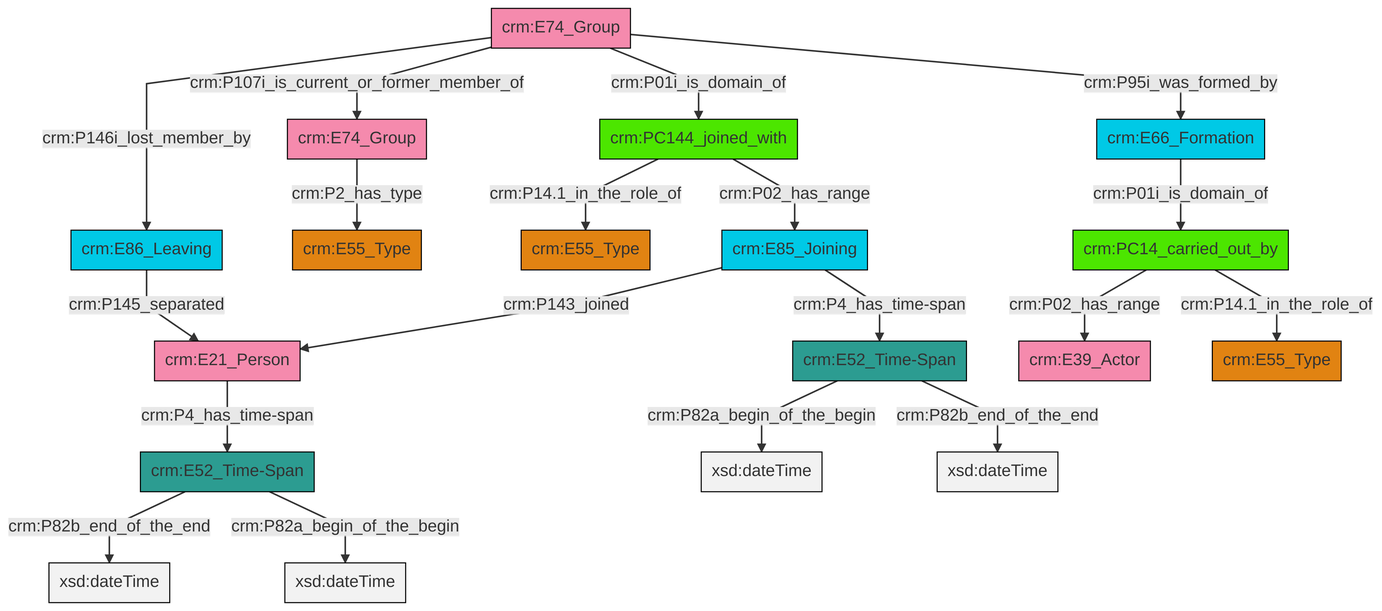
Above: et/groupCSV/ttl/mmd/png/group_actor_relations.png in swiss-art-research-net/docs.swissartresearch (Mermaid), before the change. Its source is kept beside it as et/groupCSV/ttl/mmd/group_actor_relations.ttl.mmd.
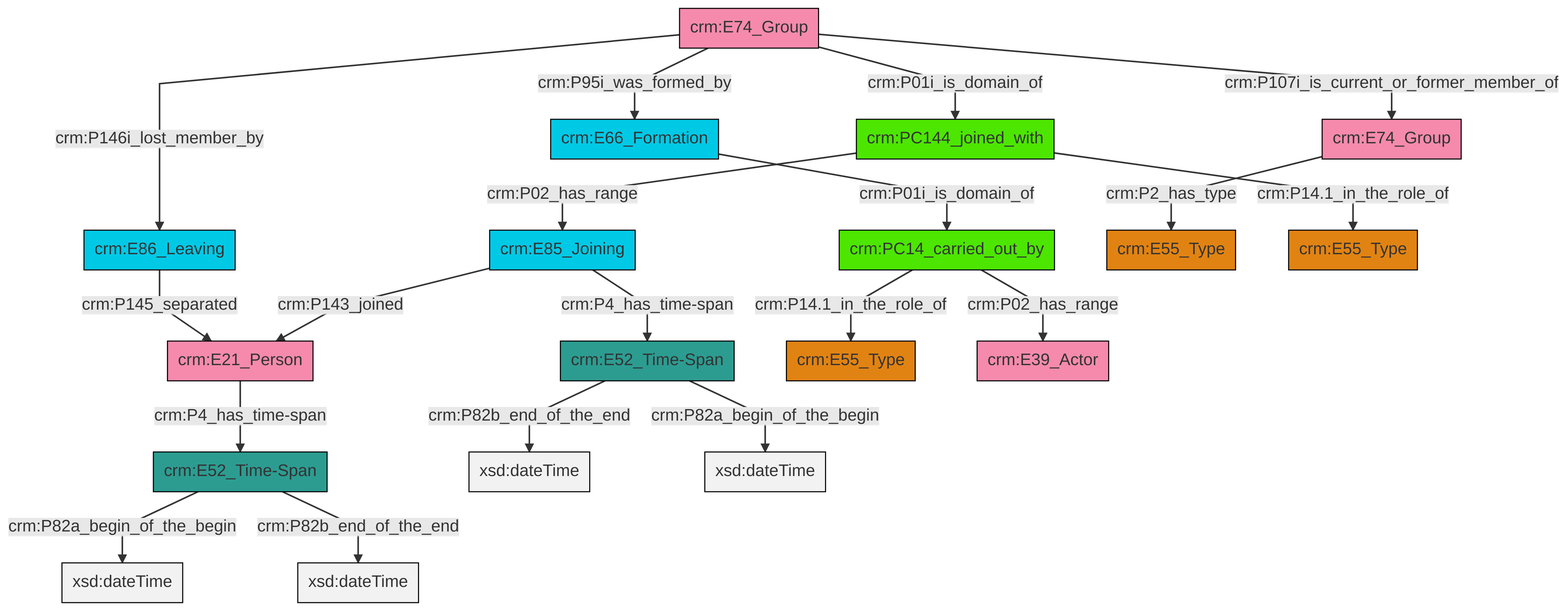
Later version of the same file.

Diff of the diagram source:
```diff
@@ -14,20 +14,20 @@
 classDef Multi fill:#cccccc,stroke:#000000;
 
 0["crm:E21_Person"]:::Actor -->|crm:P4_has_time-span| 1["crm:E52_Time-Span"]:::Time-Span
-7["crm:E52_Time-Span"]:::Time-Span -->|crm:P82a_begin_of_the_begin| 8[xsd:dateTime]:::Literal
-9["crm:PC144_joined_with"]:::PC_Classes -->|crm:P14.1_in_the_role_of| 10["crm:E55_Type"]:::Type
-16["crm:PC14_carried_out_by"]:::PC_Classes -->|crm:P02_has_range| 17["crm:E39_Actor"]:::Actor
-18["crm:E74_Group"]:::Actor -->|crm:P2_has_type| 5["crm:E55_Type"]:::Type
-1["crm:E52_Time-Span"]:::Time-Span -->|crm:P82b_end_of_the_end| 19[xsd:dateTime]:::Literal
-20["crm:E85_Joining"]:::Temporal_Entity -->|crm:P143_joined| 0["crm:E21_Person"]:::Actor
-2["crm:E74_Group"]:::Actor -->|crm:P146i_lost_member_by| 12["crm:E86_Leaving"]:::Temporal_Entity
-7["crm:E52_Time-Span"]:::Time-Span -->|crm:P82b_end_of_the_end| 24[xsd:dateTime]:::Literal
-20["crm:E85_Joining"]:::Temporal_Entity -->|crm:P4_has_time-span| 7["crm:E52_Time-Span"]:::Time-Span
-2["crm:E74_Group"]:::Actor -->|crm:P107i_is_current_or_former_member_of| 18["crm:E74_Group"]:::Actor
-16["crm:PC14_carried_out_by"]:::PC_Classes -->|crm:P14.1_in_the_role_of| 25["crm:E55_Type"]:::Type
-22["crm:E66_Formation"]:::Temporal_Entity -->|crm:P01i_is_domain_of| 16["crm:PC14_carried_out_by"]:::PC_Classes
-1["crm:E52_Time-Span"]:::Time-Span -->|crm:P82a_begin_of_the_begin| 29[xsd:dateTime]:::Literal
-9["crm:PC144_joined_with"]:::PC_Classes -->|crm:P02_has_range| 20["crm:E85_Joining"]:::Temporal_Entity
-2["crm:E74_Group"]:::Actor -->|crm:P01i_is_domain_of| 9["crm:PC144_joined_with"]:::PC_Classes
-2["crm:E74_Group"]:::Actor -->|crm:P95i_was_formed_by| 22["crm:E66_Formation"]:::Temporal_Entity
-12["crm:E86_Leaving"]:::Temporal_Entity -->|crm:P145_separated| 0["crm:E21_Person"]:::Actor
+2["crm:E52_Time-Span"]:::Time-Span -->|crm:P82b_end_of_the_end| 3[xsd:dateTime]:::Literal
+2["crm:E52_Time-Span"]:::Time-Span -->|crm:P82a_begin_of_the_begin| 4[xsd:dateTime]:::Literal
+5["crm:E74_Group"]:::Actor -->|crm:P107i_is_current_or_former_member_of| 6["crm:E74_Group"]:::Actor
+7["crm:PC14_carried_out_by"]:::PC_Classes -->|crm:P14.1_in_the_role_of| 8["crm:E55_Type"]:::Type
+10["crm:E86_Leaving"]:::Temporal_Entity -->|crm:P145_separated| 0["crm:E21_Person"]:::Actor
+5["crm:E74_Group"]:::Actor -->|crm:P146i_lost_member_by| 10["crm:E86_Leaving"]:::Temporal_Entity
+11["crm:E85_Joining"]:::Temporal_Entity -->|crm:P4_has_time-span| 2["crm:E52_Time-Span"]:::Time-Span
+6["crm:E74_Group"]:::Actor -->|crm:P2_has_type| 14["crm:E55_Type"]:::Type
+15["crm:E66_Formation"]:::Temporal_Entity -->|crm:P01i_is_domain_of| 7["crm:PC14_carried_out_by"]:::PC_Classes
+18["crm:PC144_joined_with"]:::PC_Classes -->|crm:P14.1_in_the_role_of| 16["crm:E55_Type"]:::Type
+7["crm:PC14_carried_out_by"]:::PC_Classes -->|crm:P02_has_range| 21["crm:E39_Actor"]:::Actor
+5["crm:E74_Group"]:::Actor -->|crm:P95i_was_formed_by| 15["crm:E66_Formation"]:::Temporal_Entity
+5["crm:E74_Group"]:::Actor -->|crm:P01i_is_domain_of| 18["crm:PC144_joined_with"]:::PC_Classes
+1["crm:E52_Time-Span"]:::Time-Span -->|crm:P82a_begin_of_the_begin| 23[xsd:dateTime]:::Literal
+1["crm:E52_Time-Span"]:::Time-Span -->|crm:P82b_end_of_the_end| 31[xsd:dateTime]:::Literal
+11["crm:E85_Joining"]:::Temporal_Entity -->|crm:P143_joined| 0["crm:E21_Person"]:::Actor
+18["crm:PC144_joined_with"]:::PC_Classes -->|crm:P02_has_range| 11["crm:E85_Joining"]:::Temporal_Entity
```
